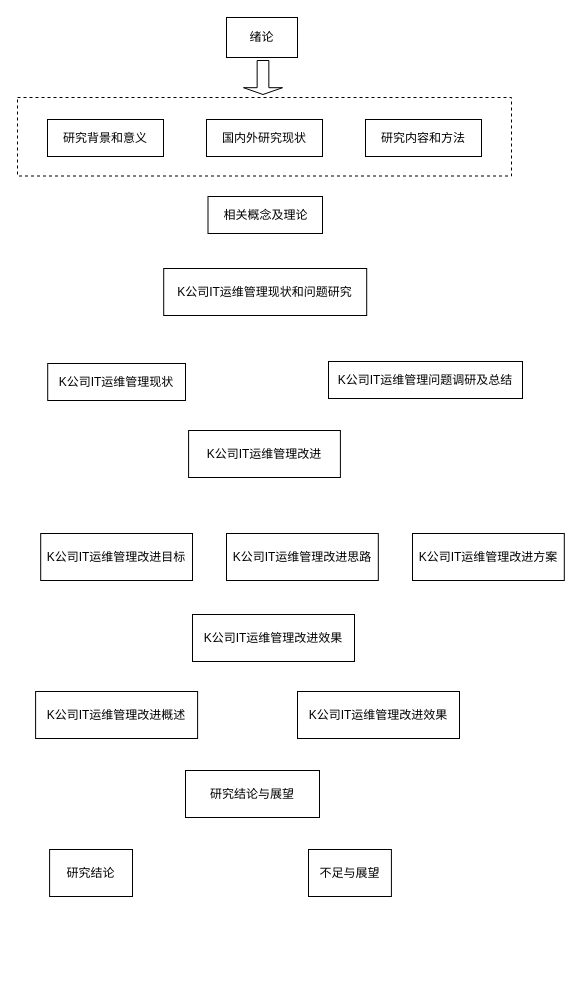
This is 1.drawio from WilliamWanCN/WilliamWanCN.github.io, a draw.io file, before an edit. Source tidied: cells renumbered, new cells numbered last; positions are measured from the earlier drawing's top-left corner, leaving out a move shared by most shapes. Both pictures are drawn from the tidied source at 100%, with x=0, y=0 at pixel (17, 17).
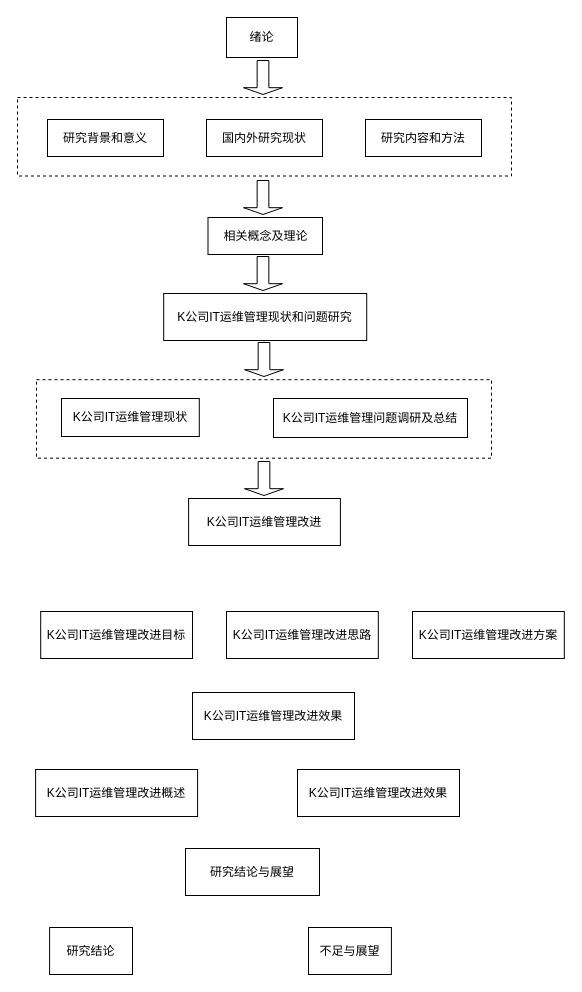
The same page after the edit.

Diff of the diagram source:
```diff
@@
+    <mxCell id="22" style="verticalLabelPosition=bottom;verticalAlign=top;html=1;shape=mxgraph.basic.rect;fillColor2=none;strokeWidth=1;size=20;indent=5;dashed=1;" parent="1" vertex="1">
+      <mxGeometry x="19" y="362.2" width="455" height="78.5" as="geometry" />
+    </mxCell>
@@
     <mxCell id="7" value="相关概念及理论" style="rounded=0;whiteSpace=wrap;html=1;" parent="1" vertex="1">
-      <mxGeometry x="190.5" y="179" width="114.5" height="37" as="geometry" />
+      <mxGeometry x="190.5" y="200" width="114.5" height="37" as="geometry" />
     </mxCell>
     <mxCell id="8" value="K公司IT运维管理现状和问题研究" style="rounded=0;whiteSpace=wrap;html=1;" parent="1" vertex="1">
-      <mxGeometry x="146.2" y="251" width="203" height="47" as="geometry" />
+      <mxGeometry x="146.2" y="276" width="203" height="47" as="geometry" />
     </mxCell>
     <mxCell id="9" value="K公司IT运维管理现状" style="rounded=0;whiteSpace=wrap;html=1;" parent="1" vertex="1">
-      <mxGeometry x="30.2" y="346" width="137.8" height="37" as="geometry" />
+      <mxGeometry x="44" y="381" width="137.8" height="38" as="geometry" />
     </mxCell>
     <mxCell id="10" value="K公司IT运维管理问题调研及总结" style="rounded=0;whiteSpace=wrap;html=1;" parent="1" vertex="1">
-      <mxGeometry x="311" y="344" width="194" height="37" as="geometry" />
+      <mxGeometry x="256" y="381" width="194" height="39" as="geometry" />
     </mxCell>
     <mxCell id="11" value="K公司IT运维管理改进" style="rounded=0;whiteSpace=wrap;html=1;" parent="1" vertex="1">
-      <mxGeometry x="171.1" y="413" width="151.8" height="47" as="geometry" />
+      <mxGeometry x="171.1" y="481" width="151.8" height="47" as="geometry" />
     </mxCell>
     <mxCell id="12" value="K公司IT运维管理改进目标" style="rounded=0;whiteSpace=wrap;html=1;" parent="1" vertex="1">
-      <mxGeometry x="23.2" y="516" width="151.8" height="47" as="geometry" />
+      <mxGeometry x="23.2" y="594" width="151.8" height="47" as="geometry" />
     </mxCell>
     <mxCell id="13" value="K公司IT运维管理改进思路" style="rounded=0;whiteSpace=wrap;html=1;" parent="1" vertex="1">
-      <mxGeometry x="209" y="516" width="151.8" height="47" as="geometry" />
+      <mxGeometry x="209" y="594" width="151.8" height="47" as="geometry" />
     </mxCell>
     <mxCell id="14" value="K公司IT运维管理改进方案" style="rounded=0;whiteSpace=wrap;html=1;" parent="1" vertex="1">
-      <mxGeometry x="395" y="516" width="151.8" height="47" as="geometry" />
+      <mxGeometry x="395" y="594" width="151.8" height="47" as="geometry" />
     </mxCell>
     <mxCell id="15" value="K公司IT运维管理改进效果" style="rounded=0;whiteSpace=wrap;html=1;" parent="1" vertex="1">
-      <mxGeometry x="175" y="597" width="162" height="47" as="geometry" />
+      <mxGeometry x="175" y="675" width="162" height="47" as="geometry" />
     </mxCell>
     <mxCell id="16" value="K公司IT运维管理改进概述" style="rounded=0;whiteSpace=wrap;html=1;" parent="1" vertex="1">
-      <mxGeometry x="18.1" y="674" width="162" height="47" as="geometry" />
+      <mxGeometry x="18.1" y="752" width="162" height="47" as="geometry" />
     </mxCell>
     <mxCell id="17" value="K公司IT运维管理改进效果" style="rounded=0;whiteSpace=wrap;html=1;" parent="1" vertex="1">
-      <mxGeometry x="280" y="674" width="162" height="47" as="geometry" />
+      <mxGeometry x="280" y="752" width="162" height="47" as="geometry" />
     </mxCell>
     <mxCell id="18" value="研究结论与展望" style="rounded=0;whiteSpace=wrap;html=1;" parent="1" vertex="1">
-      <mxGeometry x="168" y="753" width="134" height="47" as="geometry" />
+      <mxGeometry x="168" y="831" width="134" height="47" as="geometry" />
     </mxCell>
     <mxCell id="19" value="研究结论" style="rounded=0;whiteSpace=wrap;html=1;" parent="1" vertex="1">
-      <mxGeometry x="32.1" y="832" width="82.9" height="47" as="geometry" />
+      <mxGeometry x="32.1" y="910" width="82.9" height="47" as="geometry" />
     </mxCell>
     <mxCell id="20" value="不足与展望" style="rounded=0;whiteSpace=wrap;html=1;" parent="1" vertex="1">
-      <mxGeometry x="291" y="832" width="82.9" height="47" as="geometry" />
+      <mxGeometry x="291" y="910" width="82.9" height="47" as="geometry" />
     </mxCell>
@@
+    <mxCell id="23" style="shape=singleArrow;direction=south;whiteSpace=wrap;html=1;" parent="1" vertex="1">
+      <mxGeometry x="226" y="163" width="39" height="34" as="geometry" />
+    </mxCell>
+    <mxCell id="24" style="shape=singleArrow;direction=south;whiteSpace=wrap;html=1;" parent="1" vertex="1">
+      <mxGeometry x="226" y="239" width="39" height="34" as="geometry" />
+    </mxCell>
+    <mxCell id="25" style="shape=singleArrow;direction=south;whiteSpace=wrap;html=1;" parent="1" vertex="1">
+      <mxGeometry x="227" y="325" width="39" height="34" as="geometry" />
+    </mxCell>
+    <mxCell id="26" style="shape=singleArrow;direction=south;whiteSpace=wrap;html=1;" parent="1" vertex="1">
+      <mxGeometry x="227" y="444" width="39" height="34" as="geometry" />
+    </mxCell>
```
